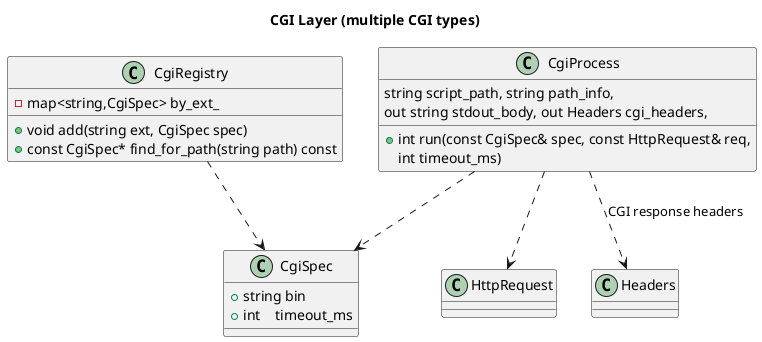
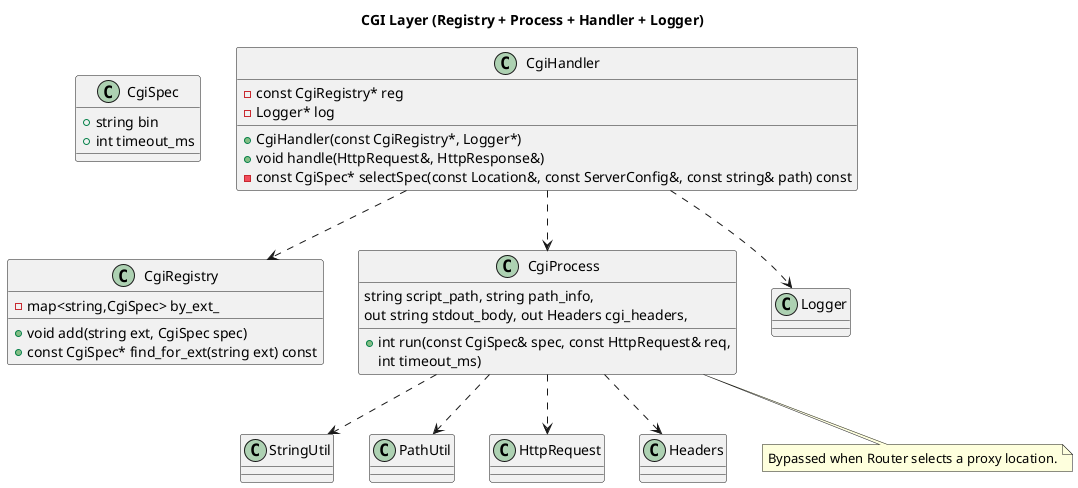
@startuml
skinparam packageStyle rectangle
- title CGI Layer (multiple CGI types)
+ title CGI Layer (Registry + Process + Handler + Logger)

class CgiSpec {
-   +string bin
-   +int    timeout_ms
+ 	+string bin
+ 	+int timeout_ms
}

class CgiRegistry {
  -map<string,CgiSpec> by_ext_
  +void add(string ext, CgiSpec spec)
-   +const CgiSpec* find_for_path(string path) const
+   +const CgiSpec* find_for_ext(string ext) const
}

class CgiProcess {
  +int run(const CgiSpec& spec, const HttpRequest& req,
           string script_path, string path_info,
           out string stdout_body, out Headers cgi_headers,
           int timeout_ms)
}

- CgiRegistry ..> CgiSpec
- CgiProcess ..> CgiSpec
+ class CgiHandler {
+   -const CgiRegistry* reg
+   -Logger* log
+   +CgiHandler(const CgiRegistry*, Logger*)
+   +void handle(HttpRequest&, HttpResponse&)
+   -const CgiSpec* selectSpec(const Location&, const ServerConfig&, const string& path) const
+ }
+ 
+ ' Util references
+ class StringUtil
+ class PathUtil
+ 
+ CgiHandler ..> CgiRegistry
+ CgiHandler ..> CgiProcess
+ CgiHandler ..> Logger
CgiProcess ..> HttpRequest
- CgiProcess ..> Headers : "CGI response headers"
+ CgiProcess ..> Headers
+ CgiProcess ..> PathUtil
+ CgiProcess ..> StringUtil
+ 
+ note bottom of CgiProcess
+ Bypassed when Router selects a proxy location.
+ end note
@enduml
